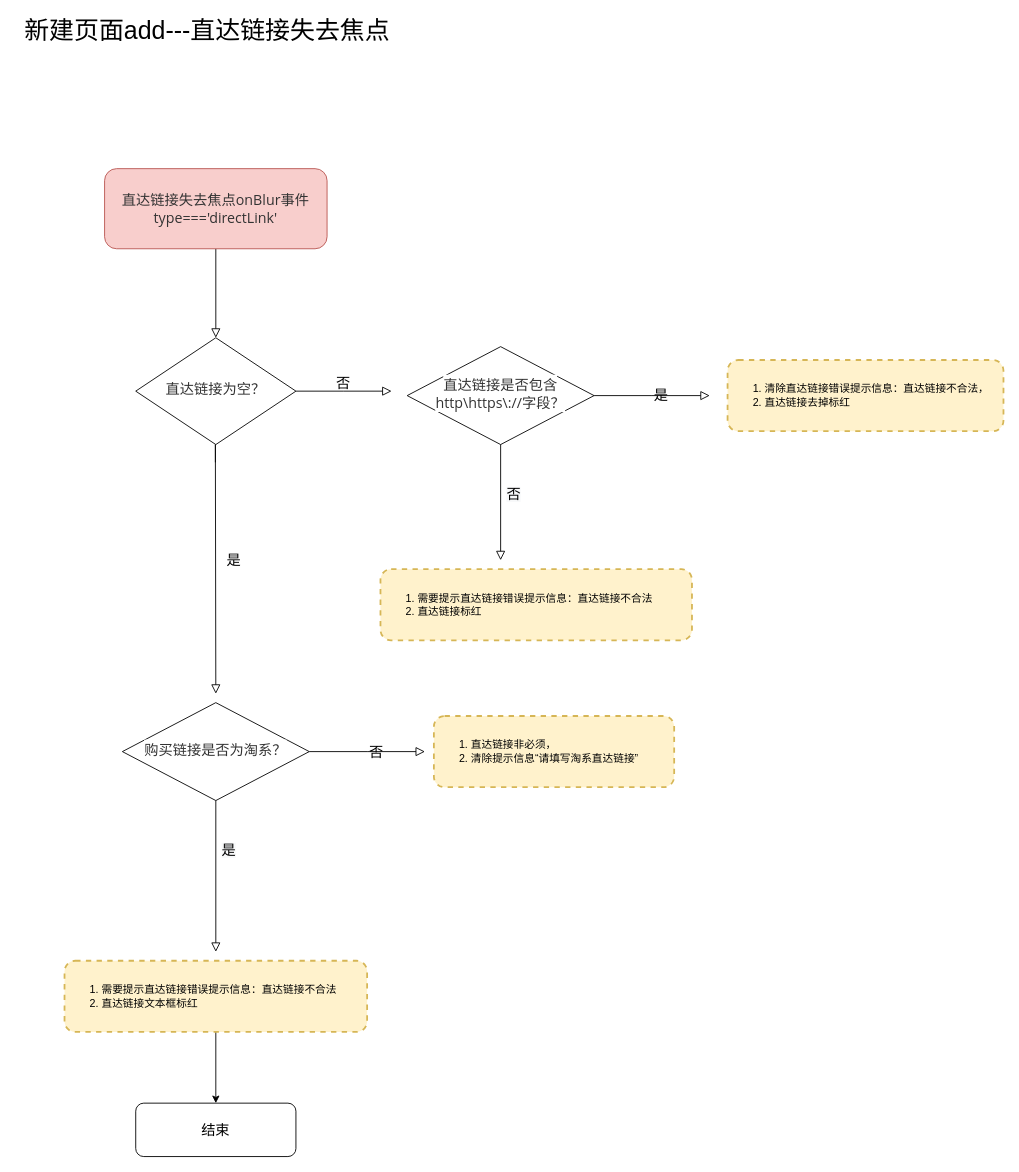
The draw.io diagram 直达链接失去焦点onblur事件.drawio in AnneLau/-algorithm_bubble, before the edit. Source tidied: cells renumbered, new cells numbered last; positions are measured from the earlier drawing's top-left corner, leaving out a move shared by most shapes. Both pictures are drawn from the tidied source at 89%, with x=0, y=0 at pixel (15, 17).
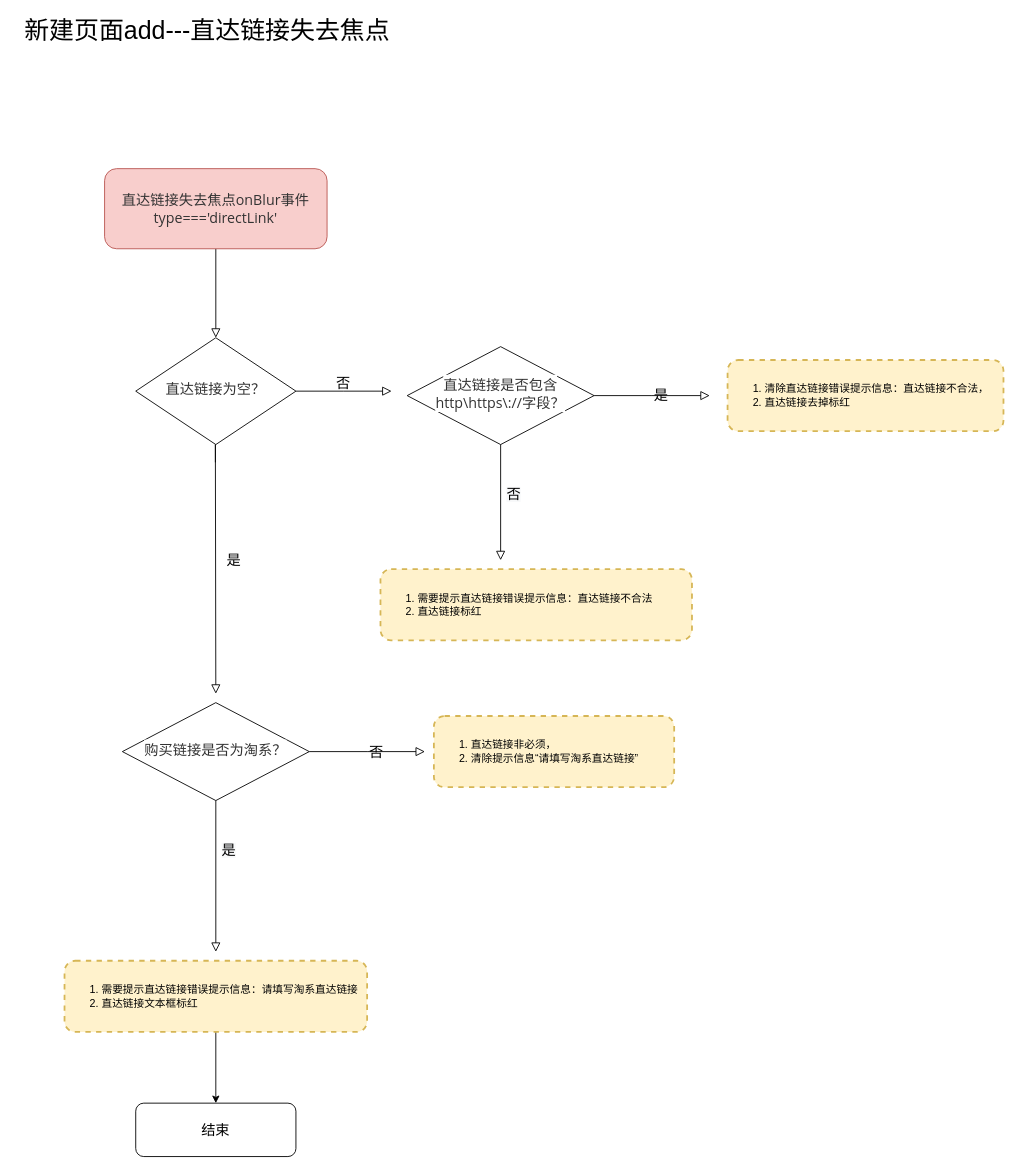
The same page after the edit.

Commit message (it also covers changes not shown here):
Update 直达链接失去焦点onblur事件.drawio

What changed in the source:
```diff
@@
-    <mxCell id="21" value="&lt;blockquote style=&quot;margin: 0 0 0 40px ; border: none ; padding: 0px&quot;&gt;&lt;/blockquote&gt;&lt;blockquote style=&quot;margin: 0 0 0 40px ; border: none ; padding: 0px&quot;&gt;&lt;/blockquote&gt;&lt;blockquote style=&quot;margin: 0 0 0 40px ; border: none ; padding: 0px&quot;&gt;&lt;/blockquote&gt;&lt;div&gt;&lt;div&gt;&lt;ol&gt;&lt;li&gt;需要提示直达链接错误提示信息：直达链接不合法&lt;/li&gt;&lt;li&gt;直达链接文本框标红&lt;/li&gt;&lt;/ol&gt;&lt;/div&gt;&lt;/div&gt;&lt;blockquote style=&quot;margin: 0 0 0 40px ; border: none ; padding: 0px&quot;&gt;&lt;/blockquote&gt;&lt;blockquote style=&quot;margin: 0 0 0 40px ; border: none ; padding: 0px&quot;&gt;&lt;/blockquote&gt;&lt;blockquote style=&quot;margin: 0 0 0 40px ; border: none ; padding: 0px&quot;&gt;&lt;/blockquote&gt;" style="rounded=1;whiteSpace=wrap;html=1;fontSize=12;glass=0;strokeWidth=2;shadow=0;align=left;fillColor=#fff2cc;strokeColor=#d6b656;dashed=1;" parent="1" vertex="1">
+    <mxCell id="21" value="&lt;blockquote style=&quot;margin: 0 0 0 40px ; border: none ; padding: 0px&quot;&gt;&lt;/blockquote&gt;&lt;blockquote style=&quot;margin: 0 0 0 40px ; border: none ; padding: 0px&quot;&gt;&lt;/blockquote&gt;&lt;blockquote style=&quot;margin: 0 0 0 40px ; border: none ; padding: 0px&quot;&gt;&lt;/blockquote&gt;&lt;div&gt;&lt;div&gt;&lt;ol&gt;&lt;li&gt;需要提示直达链接错误提示信息：请填写淘系直达链接&lt;/li&gt;&lt;li&gt;直达链接文本框标红&lt;/li&gt;&lt;/ol&gt;&lt;/div&gt;&lt;/div&gt;&lt;blockquote style=&quot;margin: 0 0 0 40px ; border: none ; padding: 0px&quot;&gt;&lt;/blockquote&gt;&lt;blockquote style=&quot;margin: 0 0 0 40px ; border: none ; padding: 0px&quot;&gt;&lt;/blockquote&gt;&lt;blockquote style=&quot;margin: 0 0 0 40px ; border: none ; padding: 0px&quot;&gt;&lt;/blockquote&gt;" style="rounded=1;whiteSpace=wrap;html=1;fontSize=12;glass=0;strokeWidth=2;shadow=0;align=left;fillColor=#fff2cc;strokeColor=#d6b656;dashed=1;" parent="1" vertex="1">
       <mxGeometry x="55" y="1060" width="340" height="80" as="geometry" />
     </mxCell>
```
